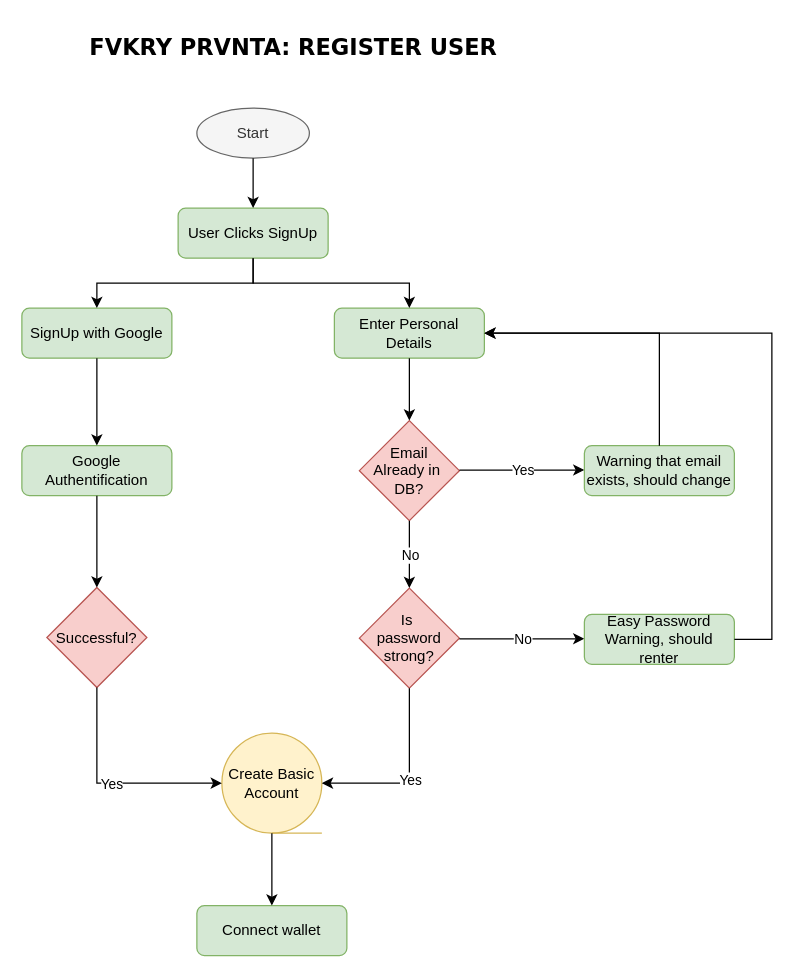
This is diagrams/register.drawio from calebomondi/fvkry-prvnta, a draw.io file, before an edit. Source tidied: cells renumbered, new cells numbered last; positions are measured from the earlier drawing's top-left corner, leaving out a move shared by most shapes. Both pictures are drawn from the tidied source at 125%, with x=0, y=0 at pixel (21, 21).
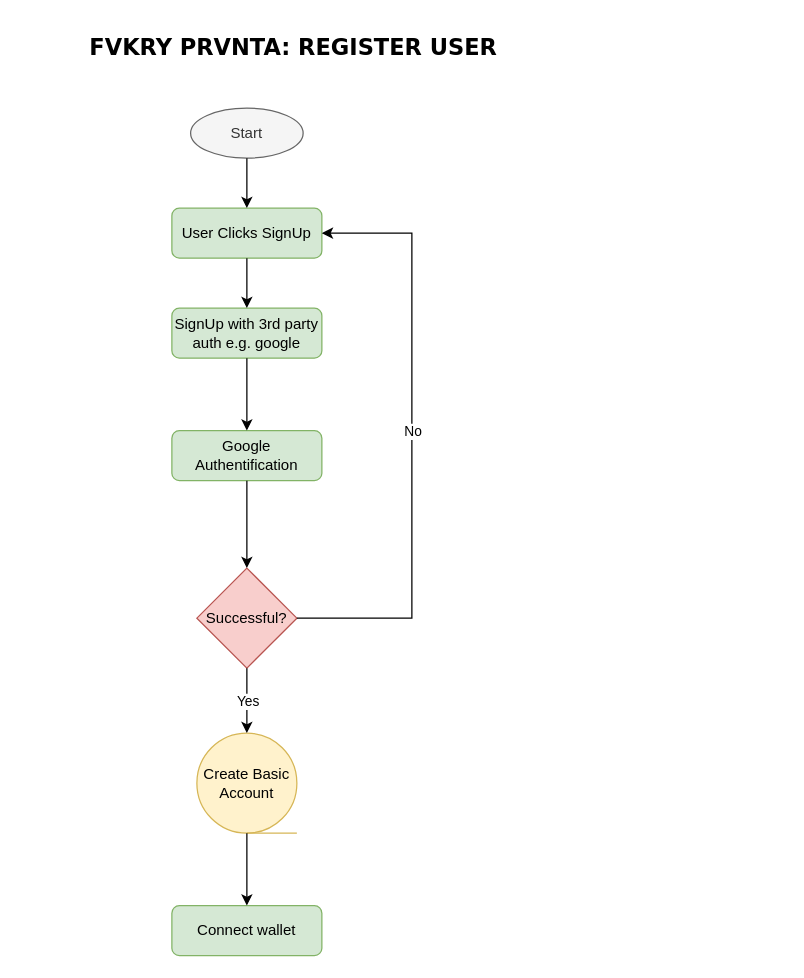
The same diagram, later.

What changed in the source:
```diff
@@
     <mxCell id="2" value="Start" style="ellipse;whiteSpace=wrap;html=1;fillColor=#f5f5f5;fontColor=#333333;strokeColor=#666666;" parent="1" vertex="1">
-      <mxGeometry x="140" y="69" width="90" height="40" as="geometry" />
+      <mxGeometry x="135" y="69" width="90" height="40" as="geometry" />
     </mxCell>
     <mxCell id="3" value="User Clicks SignUp" style="rounded=1;whiteSpace=wrap;html=1;fillColor=#d5e8d4;strokeColor=#82b366;" parent="1" vertex="1">
-      <mxGeometry x="125" y="149" width="120" height="40" as="geometry" />
+      <mxGeometry x="120" y="149" width="120" height="40" as="geometry" />
     </mxCell>
@@
-    <mxCell id="5" value="SignUp with Google" style="rounded=1;whiteSpace=wrap;html=1;fillColor=#d5e8d4;strokeColor=#82b366;" parent="1" vertex="1">
-      <mxGeometry y="229" width="120" height="40" as="geometry" />
+    <mxCell id="5" value="SignUp with 3rd party auth e.g. google" style="rounded=1;whiteSpace=wrap;html=1;fillColor=#d5e8d4;strokeColor=#82b366;" parent="1" vertex="1">
+      <mxGeometry x="120" y="229" width="120" height="40" as="geometry" />
     </mxCell>
-    <mxCell id="6" value="Enter Personal Details" style="rounded=1;whiteSpace=wrap;html=1;fillColor=#d5e8d4;strokeColor=#82b366;" parent="1" vertex="1">
-      <mxGeometry x="250" y="229" width="120" height="40" as="geometry" />
-    </mxCell>
-    <mxCell id="7" value="Email&lt;div&gt;Already in&amp;nbsp;&lt;/div&gt;&lt;div&gt;DB?&lt;/div&gt;" style="rhombus;whiteSpace=wrap;html=1;fillColor=#f8cecc;strokeColor=#b85450;" parent="1" vertex="1">
-      <mxGeometry x="270" y="319" width="80" height="80" as="geometry" />
-    </mxCell>
-    <mxCell id="8" style="endArrow=classic;html=1;rounded=0;exitX=0.5;exitY=1;exitDx=0;exitDy=0;entryX=0.5;entryY=0;entryDx=0;entryDy=0;" parent="1" edge="1" source="3" target="6">
-      <mxGeometry relative="1" as="geometry">
-        <Array as="points">
-          <mxPoint x="185" y="209" />
-          <mxPoint x="310" y="209" />
-        </Array>
-      </mxGeometry>
-    </mxCell>
-    <mxCell id="9" style="endArrow=classic;html=1;rounded=0;exitX=0.5;exitY=1;exitDx=0;exitDy=0;" parent="1" edge="1" source="3" target="5">
-      <mxGeometry relative="1" as="geometry">
-        <Array as="points">
-          <mxPoint x="185" y="209" />
-          <mxPoint x="60" y="209" />
-        </Array>
-      </mxGeometry>
-    </mxCell>
-    <mxCell id="10" style="endArrow=classic;html=1;rounded=0;exitX=0.5;exitY=1;exitDx=0;exitDy=0;entryX=0.5;entryY=0;entryDx=0;entryDy=0;" parent="1" edge="1" source="6" target="7">
-      <mxGeometry relative="1" as="geometry" />
-    </mxCell>
-    <mxCell id="11" style="endArrow=classic;html=1;rounded=0;" parent="1" edge="1">
-      <mxGeometry relative="1" as="geometry">
-        <mxPoint x="350" y="358.5" as="sourcePoint" />
-        <mxPoint x="450" y="358.5" as="targetPoint" />
-      </mxGeometry>
-    </mxCell>
-    <mxCell id="12" value="Yes" style="edgeLabel;align=center;verticalAlign=middle;html=1;" parent="11" vertex="1">
-      <mxGeometry relative="1" as="geometry" />
-    </mxCell>
-    <mxCell id="13" value="Warning that email exists, should change" style="rounded=1;whiteSpace=wrap;html=1;fillColor=#d5e8d4;strokeColor=#82b366;" parent="1" vertex="1">
-      <mxGeometry x="450" y="339" width="120" height="40" as="geometry" />
-    </mxCell>
     <mxCell id="14" value="Google Authentification" style="rounded=1;whiteSpace=wrap;html=1;fillColor=#d5e8d4;strokeColor=#82b366;" parent="1" vertex="1">
-      <mxGeometry y="339" width="120" height="40" as="geometry" />
+      <mxGeometry x="120" y="327" width="120" height="40" as="geometry" />
     </mxCell>
-    <mxCell id="15" value="Is&amp;nbsp;&lt;div&gt;password strong?&lt;/div&gt;" style="rhombus;whiteSpace=wrap;html=1;fillColor=#f8cecc;strokeColor=#b85450;" parent="1" vertex="1">
-      <mxGeometry x="270" y="453" width="80" height="80" as="geometry" />
-    </mxCell>
-    <mxCell id="16" style="endArrow=classic;html=1;rounded=0;exitX=0.5;exitY=1;exitDx=0;exitDy=0;" parent="1" edge="1" source="7" target="15">
-      <mxGeometry relative="1" as="geometry" />
-    </mxCell>
-    <mxCell id="17" value="No" style="edgeLabel;align=center;verticalAlign=middle;html=1;" parent="16" vertex="1">
-      <mxGeometry relative="1" as="geometry" />
-    </mxCell>
@@
-    <mxCell id="19" style="endArrow=classic;html=1;rounded=0;" parent="1" edge="1">
-      <mxGeometry relative="1" as="geometry">
-        <mxPoint x="350" y="493.5" as="sourcePoint" />
-        <mxPoint x="450" y="493.5" as="targetPoint" />
-      </mxGeometry>
-    </mxCell>
-    <mxCell id="20" value="No" style="edgeLabel;align=center;verticalAlign=middle;html=1;" parent="19" vertex="1">
-      <mxGeometry relative="1" as="geometry" />
-    </mxCell>
-    <mxCell id="21" value="Easy Password Warning, should renter" style="rounded=1;whiteSpace=wrap;html=1;fillColor=#d5e8d4;strokeColor=#82b366;" parent="1" vertex="1">
-      <mxGeometry x="450" y="474" width="120" height="40" as="geometry" />
-    </mxCell>
     <mxCell id="22" value="Successful?" style="rhombus;whiteSpace=wrap;html=1;fillColor=#f8cecc;strokeColor=#b85450;" parent="1" vertex="1">
-      <mxGeometry x="20" y="452.5" width="80" height="80" as="geometry" />
+      <mxGeometry x="140" y="437" width="80" height="80" as="geometry" />
     </mxCell>
@@
     <mxCell id="24" value="Create Basic Account" style="shape=tapeData;whiteSpace=wrap;html=1;perimeter=ellipsePerimeter;fillColor=#fff2cc;strokeColor=#d6b656;" parent="1" vertex="1">
-      <mxGeometry x="160" y="569" width="80" height="80" as="geometry" />
+      <mxGeometry x="140" y="569" width="80" height="80" as="geometry" />
     </mxCell>
-    <mxCell id="25" style="endArrow=classic;html=1;rounded=0;exitX=0.5;exitY=1;exitDx=0;exitDy=0;entryX=1;entryY=0.5;entryDx=0;entryDy=0;" parent="1" edge="1" source="15" target="24">
-      <mxGeometry relative="1" as="geometry">
-        <Array as="points">
-          <mxPoint x="310" y="609" />
-        </Array>
-      </mxGeometry>
-    </mxCell>
-    <mxCell id="26" value="Yes" style="edgeLabel;align=center;verticalAlign=middle;html=1;" parent="25" vertex="1">
-      <mxGeometry relative="1" as="geometry" />
-    </mxCell>
-    <mxCell id="27" style="endArrow=classic;html=1;rounded=0;exitX=0.5;exitY=0;exitDx=0;exitDy=0;entryX=1;entryY=0.5;entryDx=0;entryDy=0;" parent="1" edge="1" source="13" target="6">
-      <mxGeometry relative="1" as="geometry">
-        <Array as="points">
-          <mxPoint x="510" y="249" />
-        </Array>
-      </mxGeometry>
-    </mxCell>
-    <mxCell id="28" style="endArrow=classic;html=1;rounded=0;exitX=1;exitY=0.5;exitDx=0;exitDy=0;entryX=1;entryY=0.5;entryDx=0;entryDy=0;" parent="1" edge="1" source="21" target="6">
-      <mxGeometry relative="1" as="geometry">
-        <Array as="points">
-          <mxPoint x="600" y="494" />
-          <mxPoint x="600" y="249" />
-        </Array>
-      </mxGeometry>
-    </mxCell>
-    <mxCell id="29" style="endArrow=classic;html=1;rounded=0;exitX=0.5;exitY=1;exitDx=0;exitDy=0;entryX=0;entryY=0.5;entryDx=0;entryDy=0;" parent="1" edge="1" source="22" target="24">
-      <mxGeometry relative="1" as="geometry">
-        <Array as="points">
-          <mxPoint x="60" y="609" />
-        </Array>
-      </mxGeometry>
+    <mxCell id="29" style="endArrow=classic;html=1;rounded=0;exitX=0.5;exitY=1;exitDx=0;exitDy=0;entryX=0.5;entryY=0;entryDx=0;entryDy=0;" parent="1" edge="1" source="22" target="24">
+      <mxGeometry relative="1" as="geometry" />
     </mxCell>
@@
     <mxCell id="31" value="Connect wallet" style="rounded=1;whiteSpace=wrap;html=1;fillColor=#d5e8d4;strokeColor=#82b366;" parent="1" vertex="1">
-      <mxGeometry x="140" y="707" width="120" height="40" as="geometry" />
+      <mxGeometry x="120" y="707" width="120" height="40" as="geometry" />
     </mxCell>
@@
+    <mxCell id="9" style="endArrow=classic;html=1;rounded=0;exitX=0.5;exitY=1;exitDx=0;exitDy=0;entryX=0.5;entryY=0;entryDx=0;entryDy=0;" parent="1" edge="1" source="3" target="5">
+      <mxGeometry relative="1" as="geometry" />
+    </mxCell>
+    <mxCell id="34" style="endArrow=classic;html=1;rounded=0;exitX=1;exitY=0.5;exitDx=0;exitDy=0;entryX=1;entryY=0.5;entryDx=0;entryDy=0;" parent="1" edge="1" source="22" target="3">
+      <mxGeometry relative="1" as="geometry">
+        <Array as="points">
+          <mxPoint x="312" y="477" />
+          <mxPoint x="312" y="169" />
+        </Array>
+      </mxGeometry>
+    </mxCell>
+    <mxCell id="35" value="No" style="edgeLabel;html=1;align=center;verticalAlign=middle;" parent="34" vertex="1">
+      <mxGeometry relative="1" as="geometry">
+        <mxPoint y="-6" as="offset" />
+      </mxGeometry>
+    </mxCell>
```
